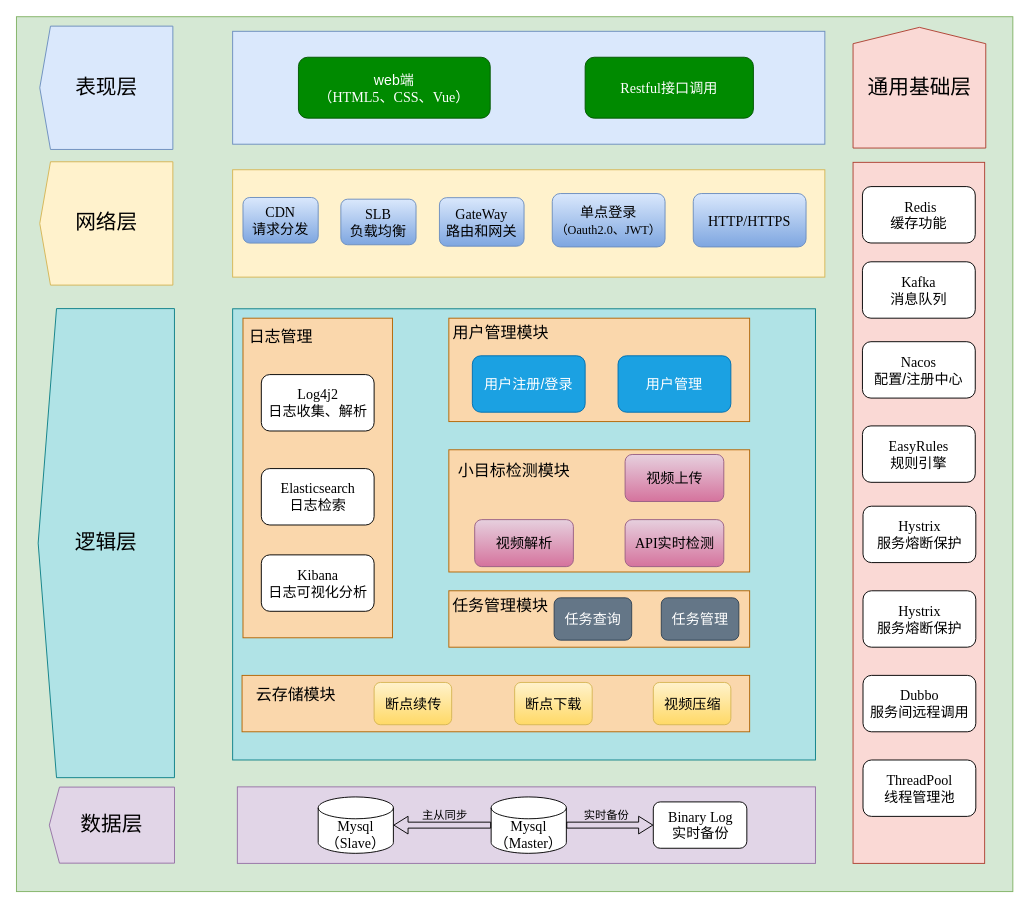
Earlier version of the draw.io diagram DrawIO_file/毕业论文画图/小目标检测系统架构图.drawio (DingDongZz/typera_PicGO). Source tidied: cells renumbered, new cells numbered last; positions are measured from the earlier drawing's top-left corner, leaving out a move shared by most shapes. Both pictures are drawn from the tidied source at 94%, with x=0, y=0 at pixel (-129, 16).
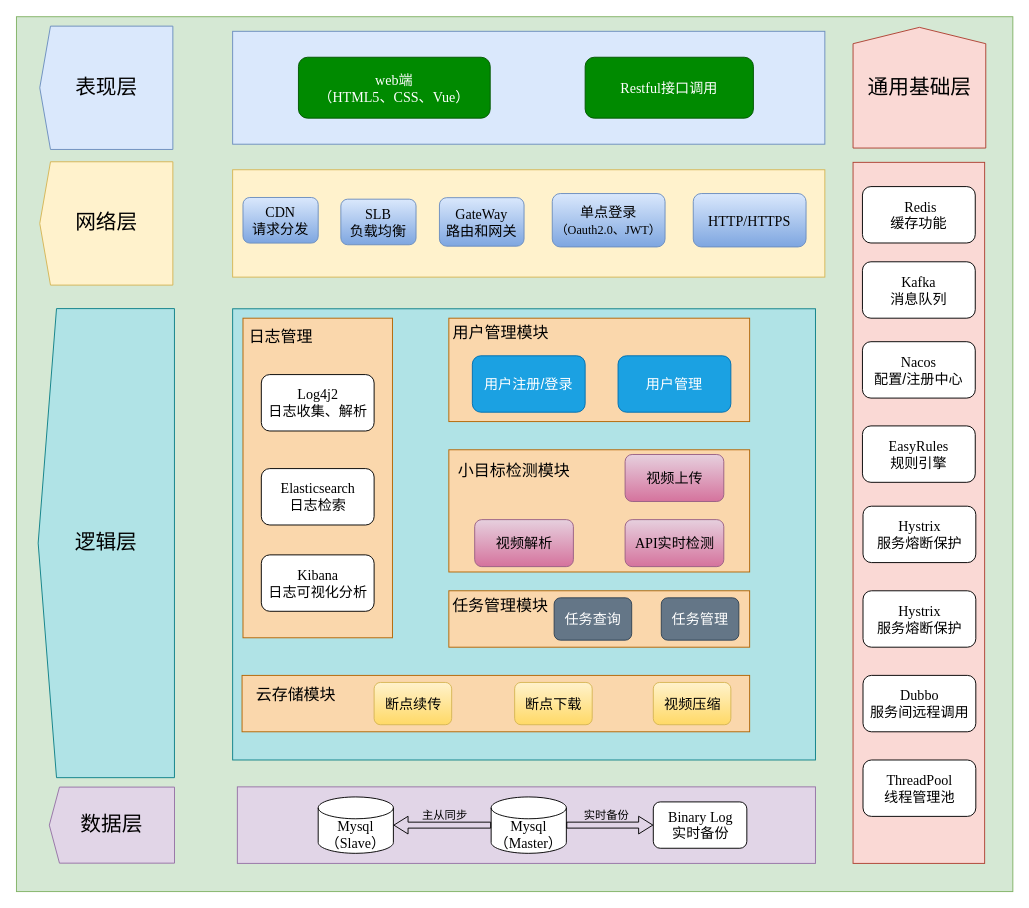
The same diagram, later.

Commit message (it also covers changes not shown here):
更新小目标检测系统架构图.drawio

Diff of the diagram source:
```diff
@@
-    <mxCell id="18" value="web端&lt;div&gt;&lt;font face=&quot;Times New Roman&quot;&gt;（HTML5、CSS、Vue）&lt;/font&gt;&lt;/div&gt;" style="rounded=1;whiteSpace=wrap;html=1;fontFamily=宋体;fontSize=15;fillColor=#008a00;strokeColor=#005700;fontColor=#ffffff;" parent="1" vertex="1">
+    <mxCell id="18" value="&lt;font face=&quot;Times New Roman&quot;&gt;web&lt;/font&gt;端&lt;div&gt;&lt;font face=&quot;Times New Roman&quot;&gt;（HTML5、CSS、Vue）&lt;/font&gt;&lt;/div&gt;" style="rounded=1;whiteSpace=wrap;html=1;fontFamily=宋体;fontSize=15;fillColor=#008a00;strokeColor=#005700;fontColor=#ffffff;" parent="1" vertex="1">
       <mxGeometry x="454" y="43.4" width="204" height="64.8" as="geometry" />
     </mxCell>
```
